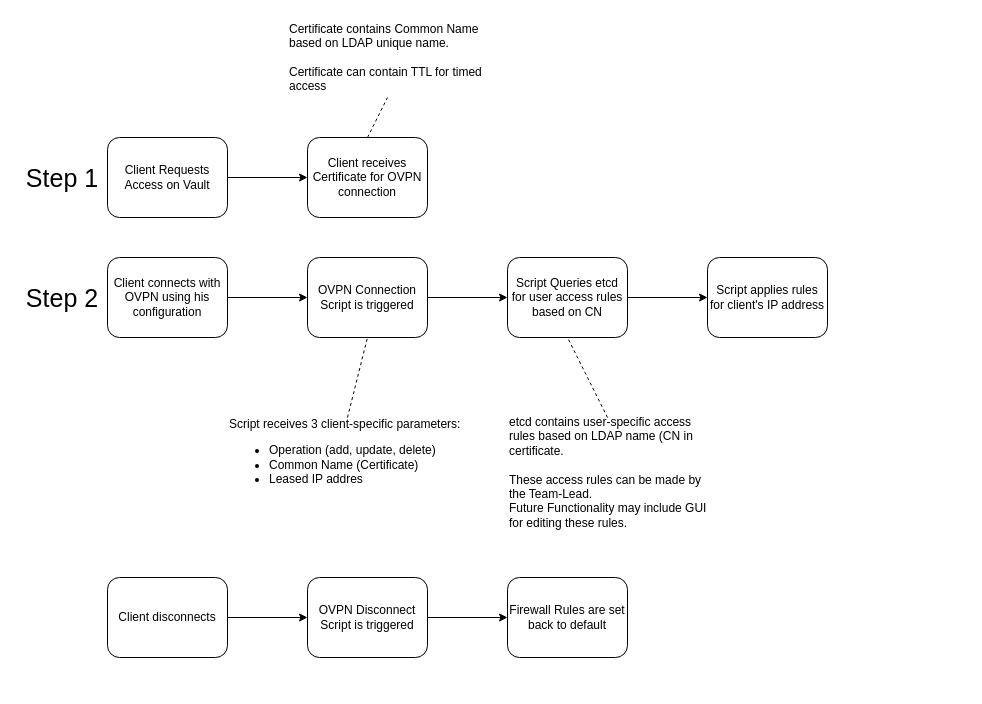
The draw.io diagram OVPN Flow.drawio in GlennDeSmedt/GlennDeSmedt.github.io, before the edit. Source tidied: cells renumbered, new cells numbered last; positions are measured from the earlier drawing's top-left corner, leaving out a move shared by most shapes. Both pictures are drawn from the tidied source at 100%, with x=0, y=0 at pixel (17, 17).
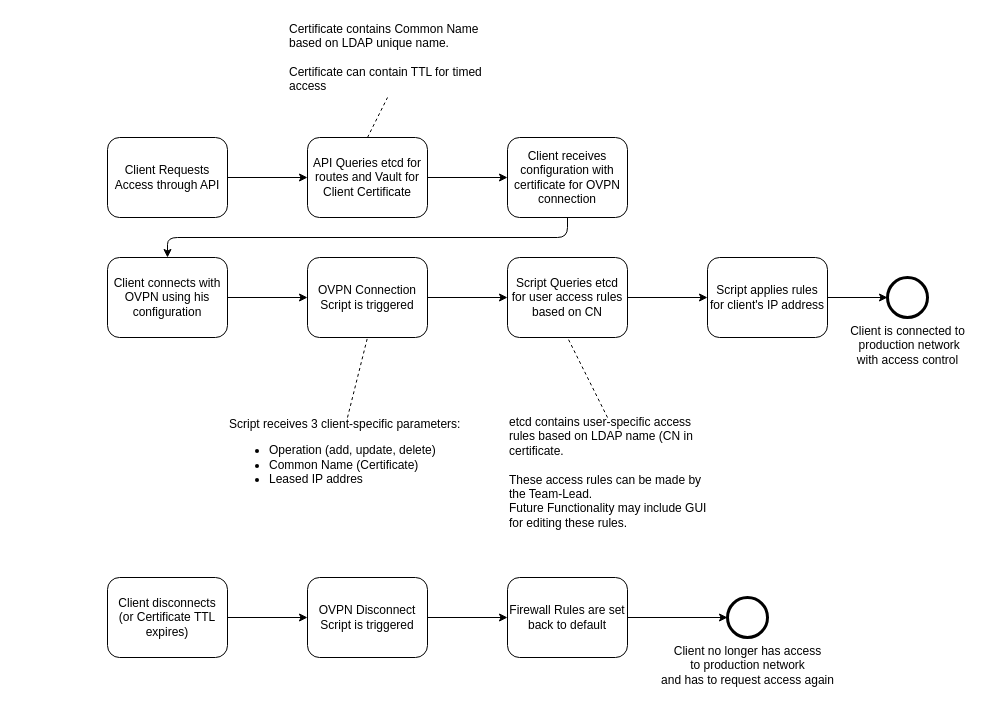
After the change.

Unchanged cells that the change refers to:
```xml
<mxCell id="6" value="Client connects with OVPN using his configuration" style="shape=ext;rounded=1;html=1;whiteSpace=wrap;" parent="1" vertex="1">
  <mxGeometry x="90" y="240" width="120" height="80" as="geometry" />
</mxCell>
<mxCell id="11" value="Script applies rules for client's IP address" style="shape=ext;rounded=1;html=1;whiteSpace=wrap;" parent="1" vertex="1">
  <mxGeometry x="690" y="240" width="120" height="80" as="geometry" />
</mxCell>
<mxCell id="24" value="Firewall Rules are set back to default" style="shape=ext;rounded=1;html=1;whiteSpace=wrap;" parent="1" vertex="1">
  <mxGeometry x="490" y="560" width="120" height="80" as="geometry" />
</mxCell>
```

Change to the diagram source:
```diff
@@
-    <mxCell id="3" value="Client Requests Access on Vault" style="shape=ext;rounded=1;html=1;whiteSpace=wrap;" parent="1" vertex="1">
+    <mxCell id="3" value="Client Requests Access through API" style="shape=ext;rounded=1;html=1;whiteSpace=wrap;" parent="1" vertex="1">
       <mxGeometry x="90" y="120" width="120" height="80" as="geometry" />
     </mxCell>
+    <mxCell id="25" style="edgeStyle=orthogonalEdgeStyle;rounded=0;jettySize=auto;html=1;" parent="1" edge="1" source="4" target="26">
+      <mxGeometry relative="1" as="geometry" />
+    </mxCell>
-    <mxCell id="4" value="Client receives Certificate for OVPN connection" style="shape=ext;rounded=1;html=1;whiteSpace=wrap;" parent="1" vertex="1">
+    <mxCell id="4" value="API Queries etcd for routes and Vault for Client Certificate" style="shape=ext;rounded=1;html=1;whiteSpace=wrap;" parent="1" vertex="1">
       <mxGeometry x="290" y="120" width="120" height="80" as="geometry" />
     </mxCell>
+    <mxCell id="26" value="Client receives configuration with certificate for OVPN connection" style="shape=ext;rounded=1;html=1;whiteSpace=wrap;" parent="1" vertex="1">
+      <mxGeometry x="490" y="120" width="120" height="80" as="geometry" />
+    </mxCell>
@@
+    <mxCell id="27" style="edgeStyle=orthogonalEdgeStyle;rounded=0;jettySize=auto;html=1;" parent="1" edge="1" source="11" target="30">
+      <mxGeometry relative="1" as="geometry" />
+    </mxCell>
@@
-    <mxCell id="18" value="Step 1&lt;br&gt;" style="text;html=1;strokeColor=none;fillColor=none;align=center;verticalAlign=middle;whiteSpace=wrap;rounded=0;fontSize=25;" parent="1" vertex="1">
-      <mxGeometry y="145" width="90" height="30" as="geometry" />
-    </mxCell>
-    <mxCell id="19" value="Step 2&lt;br&gt;" style="text;html=1;strokeColor=none;fillColor=none;align=center;verticalAlign=middle;whiteSpace=wrap;rounded=0;fontSize=25;" parent="1" vertex="1">
-      <mxGeometry y="265" width="90" height="30" as="geometry" />
-    </mxCell>
@@
-    <mxCell id="21" value="Client disconnects" style="shape=ext;rounded=1;html=1;whiteSpace=wrap;" parent="1" vertex="1">
+    <mxCell id="21" value="Client disconnects &lt;br&gt;(or Certificate TTL expires)" style="shape=ext;rounded=1;html=1;whiteSpace=wrap;" parent="1" vertex="1">
       <mxGeometry x="90" y="560" width="120" height="80" as="geometry" />
     </mxCell>
@@
+    <mxCell id="28" style="edgeStyle=orthogonalEdgeStyle;rounded=0;jettySize=auto;html=1;" parent="1" edge="1" source="24" target="31">
+      <mxGeometry relative="1" as="geometry" />
+    </mxCell>
@@
+    <mxCell id="29" style="endArrow=classic;html=1;exitX=0.5;exitY=1;exitDx=0;exitDy=0;entryX=0.5;entryY=0;entryDx=0;entryDy=0;" parent="1" edge="1" source="26" target="6">
+      <mxGeometry relative="1" as="geometry">
+        <Array as="points">
+          <mxPoint x="550" y="220" />
+          <mxPoint x="150" y="220" />
+        </Array>
+      </mxGeometry>
+    </mxCell>
+    <mxCell id="30" value="Client is connected to&lt;br&gt;&amp;nbsp;production network &lt;br&gt;with access control" style="shape=mxgraph.bpmn.shape;html=1;verticalLabelPosition=bottom;labelBackgroundColor=#ffffff;verticalAlign=top;align=center;perimeter=ellipsePerimeter;outlineConnect=0;outline=end;symbol=general;" parent="1" vertex="1">
+      <mxGeometry x="870" y="260" width="40" height="40" as="geometry" />
+    </mxCell>
+    <mxCell id="31" value="Client no longer has access &lt;br&gt;to production network &lt;br&gt;and has to request access again" style="shape=mxgraph.bpmn.shape;html=1;verticalLabelPosition=bottom;labelBackgroundColor=#ffffff;verticalAlign=top;align=center;perimeter=ellipsePerimeter;outlineConnect=0;outline=end;symbol=general;" parent="1" vertex="1">
+      <mxGeometry x="710" y="580" width="40" height="40" as="geometry" />
+    </mxCell>
```
